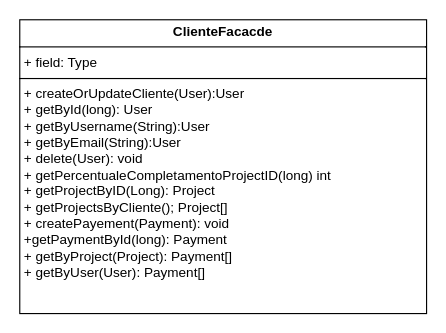
Earlier version of the draw.io diagram page "Facade" (3 of 3) of gestione_progetti_uml.drawio (davide-vigano-tas/gestione_progetti). Source tidied: cells renumbered, new cells numbered last; positions are measured from the earlier drawing's top-left corner, leaving out a move shared by most shapes. Both pictures are drawn from the tidied source at 113%, with x=0, y=0 at pixel (19, 19).
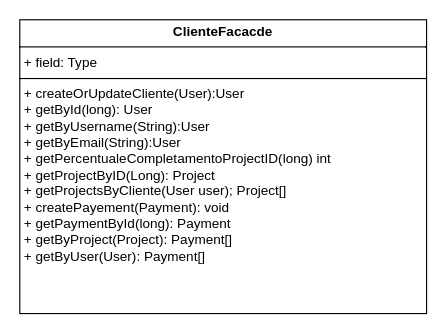
The same page after the edit.

Change to the diagram source:
```diff
@@
 <mxGraphModel>
   <root>
     <mxCell id="0" />
     <mxCell id="1" parent="0" />
-    <mxCell id="2" value="&lt;p style=&quot;margin:0px;margin-top:4px;text-align:center;&quot;&gt;&lt;b&gt;ClienteFacacde&lt;/b&gt;&lt;/p&gt;&lt;hr size=&quot;1&quot; style=&quot;border-style:solid;&quot;&gt;&lt;p style=&quot;margin:0px;margin-left:4px;&quot;&gt;+ field: Type&lt;/p&gt;&lt;hr size=&quot;1&quot; style=&quot;border-style:solid;&quot;&gt;&lt;p style=&quot;margin:0px;margin-left:4px;&quot;&gt;+ createOrUpdateCliente(User):User&lt;/p&gt;&lt;p style=&quot;margin:0px;margin-left:4px;&quot;&gt;+ getById(long): User&lt;/p&gt;&lt;p style=&quot;margin:0px;margin-left:4px;&quot;&gt;+ getByUsername(String):User&lt;/p&gt;&lt;p style=&quot;margin:0px;margin-left:4px;&quot;&gt;+ getByEmail(String):User&lt;/p&gt;&lt;p style=&quot;margin:0px;margin-left:4px;&quot;&gt;+ delete(User): void&lt;/p&gt;&lt;p style=&quot;margin:0px;margin-left:4px;&quot;&gt;+ getPercentualeCompletamentoProjectID(long) int&lt;/p&gt;&lt;p style=&quot;margin:0px;margin-left:4px;&quot;&gt;+ getProjectByID(Long): Project&lt;/p&gt;&lt;p style=&quot;margin:0px;margin-left:4px;&quot;&gt;+ getProjectsByCliente(); Project[]&lt;/p&gt;&lt;p style=&quot;margin:0px;margin-left:4px;&quot;&gt;+ createPayement(Payment): void&lt;/p&gt;&lt;p style=&quot;margin:0px;margin-left:4px;&quot;&gt;+getPaymentById(long): Payment&lt;/p&gt;&lt;p style=&quot;margin:0px;margin-left:4px;&quot;&gt;+ getByProject(Project): Payment[]&lt;/p&gt;&lt;p style=&quot;margin:0px;margin-left:4px;&quot;&gt;+ getByUser(User): Payment[]&lt;/p&gt;&lt;p style=&quot;margin:0px;margin-left:4px;&quot;&gt;&lt;br&gt;&lt;/p&gt;" style="verticalAlign=top;align=left;overflow=fill;html=1;whiteSpace=wrap;" parent="1" vertex="1">
+    <mxCell id="2" value="&lt;p style=&quot;margin:0px;margin-top:4px;text-align:center;&quot;&gt;&lt;b&gt;ClienteFacacde&lt;/b&gt;&lt;/p&gt;&lt;hr size=&quot;1&quot; style=&quot;border-style:solid;&quot;&gt;&lt;p style=&quot;margin:0px;margin-left:4px;&quot;&gt;+ field: Type&lt;/p&gt;&lt;hr size=&quot;1&quot; style=&quot;border-style:solid;&quot;&gt;&lt;p style=&quot;margin:0px;margin-left:4px;&quot;&gt;+ createOrUpdateCliente(User):User&lt;/p&gt;&lt;p style=&quot;margin:0px;margin-left:4px;&quot;&gt;+ getById(long): User&lt;/p&gt;&lt;p style=&quot;margin:0px;margin-left:4px;&quot;&gt;+ getByUsername(String):User&lt;/p&gt;&lt;p style=&quot;margin:0px;margin-left:4px;&quot;&gt;+ getByEmail(String):User&lt;/p&gt;&lt;p style=&quot;margin:0px;margin-left:4px;&quot;&gt;&lt;span style=&quot;background-color: transparent; color: light-dark(rgb(0, 0, 0), rgb(255, 255, 255));&quot;&gt;+ getPercentualeCompletamentoProjectID(long) int&lt;/span&gt;&lt;/p&gt;&lt;p style=&quot;margin:0px;margin-left:4px;&quot;&gt;+ getProjectByID(Long): Project&lt;/p&gt;&lt;p style=&quot;margin:0px;margin-left:4px;&quot;&gt;+ getProjectsByCliente(User user); Project[]&lt;/p&gt;&lt;p style=&quot;margin:0px;margin-left:4px;&quot;&gt;+ createPayement(Payment): void&lt;/p&gt;&lt;p style=&quot;margin:0px;margin-left:4px;&quot;&gt;+ getPaymentById(long): Payment&lt;/p&gt;&lt;p style=&quot;margin:0px;margin-left:4px;&quot;&gt;+ getByProject(Project): Payment[]&lt;/p&gt;&lt;p style=&quot;margin:0px;margin-left:4px;&quot;&gt;+ getByUser(User): Payment[]&lt;/p&gt;&lt;p style=&quot;margin:0px;margin-left:4px;&quot;&gt;&lt;br&gt;&lt;/p&gt;" style="verticalAlign=top;align=left;overflow=fill;html=1;whiteSpace=wrap;" parent="1" vertex="1">
       <mxGeometry width="360" height="260" as="geometry" />
     </mxCell>
   </root>
 </mxGraphModel>
```
